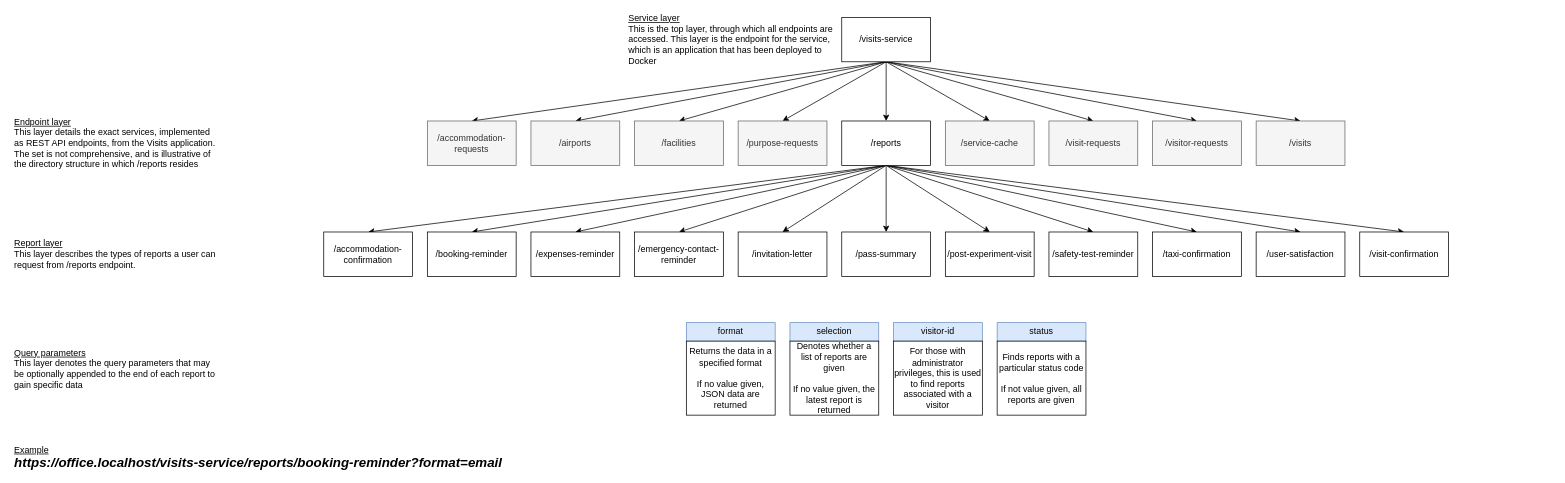
Before: Service URL hierarchy.drawio in ambolt314/FinalProjectDesign, a draw.io diagram. Source tidied: cells renumbered, new cells numbered last; positions are measured from the earlier drawing's top-left corner, leaving out a move shared by most shapes. Both pictures are drawn from the tidied source at 74%, with x=0, y=0 at pixel (13, 17).
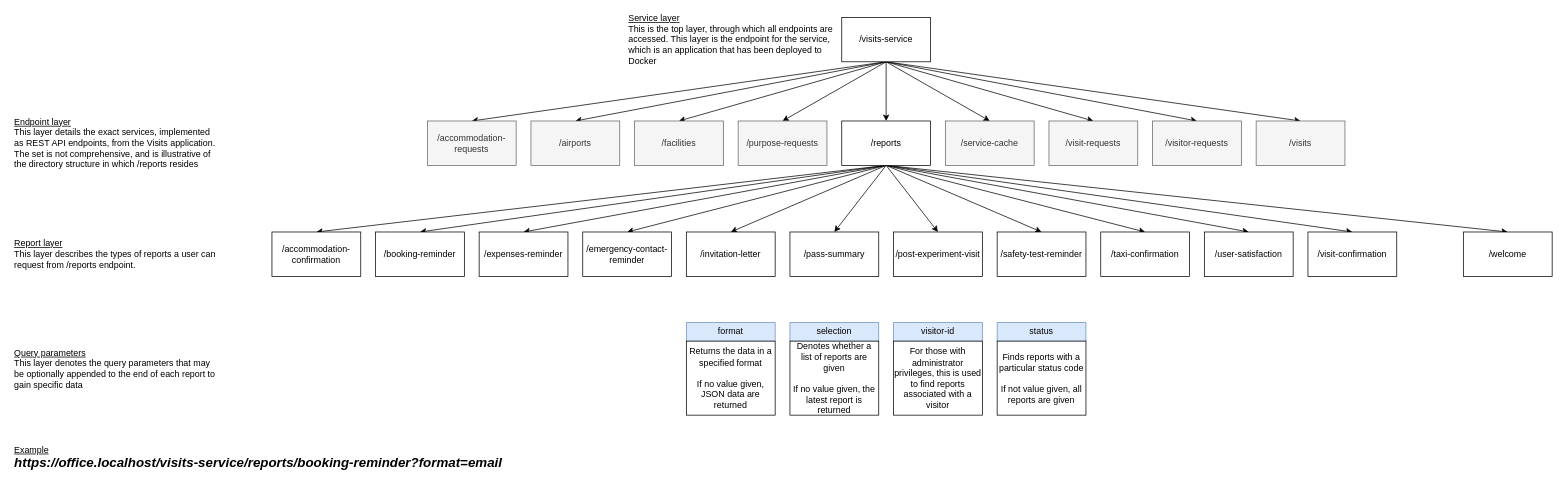
The same diagram, later.

Commit message:
Added welcome report

Unchanged cells that the change refers to:
```xml
<mxCell id="24" value="/reports" style="rounded=0;whiteSpace=wrap;html=1;" parent="1" vertex="1">
  <mxGeometry x="1120" y="140" width="120" height="60" as="geometry" />
</mxCell>
```

The edit, as a diff of the source:
```diff
@@
+    <mxCell id="60" style="edgeStyle=none;rounded=0;jettySize=auto;html=1;entryX=0.5;entryY=0;entryDx=0;entryDy=0;exitX=0.5;exitY=1;exitDx=0;exitDy=0;" parent="1" edge="1" source="24" target="61">
+      <mxGeometry relative="1" as="geometry" />
+    </mxCell>
@@
     <mxCell id="25" value="/visit-confirmation" style="rounded=0;whiteSpace=wrap;html=1;" parent="1" vertex="1">
-      <mxGeometry x="1820" y="290" width="120" height="60" as="geometry" />
+      <mxGeometry x="1750" y="290" width="120" height="60" as="geometry" />
     </mxCell>
@@
     <mxCell id="33" value="/taxi-confirmation" style="rounded=0;whiteSpace=wrap;html=1;" parent="1" vertex="1">
-      <mxGeometry x="1540" y="290" width="120" height="60" as="geometry" />
+      <mxGeometry x="1470" y="290" width="120" height="60" as="geometry" />
     </mxCell>
     <mxCell id="34" value="/booking-reminder" style="rounded=0;whiteSpace=wrap;html=1;" parent="1" vertex="1">
-      <mxGeometry x="560" y="290" width="120" height="60" as="geometry" />
+      <mxGeometry x="490" y="290" width="120" height="60" as="geometry" />
     </mxCell>
@@
     <mxCell id="37" value="/accommodation-confirmation" style="rounded=0;whiteSpace=wrap;html=1;" parent="1" vertex="1">
-      <mxGeometry x="420" y="290" width="120" height="60" as="geometry" />
+      <mxGeometry x="350" y="290" width="120" height="60" as="geometry" />
     </mxCell>
@@
     <mxCell id="53" value="/expenses-reminder" style="rounded=0;whiteSpace=wrap;html=1;" parent="1" vertex="1">
-      <mxGeometry x="700" y="290" width="120" height="60" as="geometry" />
+      <mxGeometry x="630" y="290" width="120" height="60" as="geometry" />
     </mxCell>
     <mxCell id="54" value="/invitation-letter" style="rounded=0;whiteSpace=wrap;html=1;" parent="1" vertex="1">
-      <mxGeometry x="980" y="290" width="120" height="60" as="geometry" />
+      <mxGeometry x="910" y="290" width="120" height="60" as="geometry" />
     </mxCell>
     <mxCell id="55" value="/pass-summary" style="rounded=0;whiteSpace=wrap;html=1;" parent="1" vertex="1">
-      <mxGeometry x="1120" y="290" width="120" height="60" as="geometry" />
+      <mxGeometry x="1050" y="290" width="120" height="60" as="geometry" />
     </mxCell>
     <mxCell id="56" value="/post-experiment-visit" style="rounded=0;whiteSpace=wrap;html=1;" parent="1" vertex="1">
-      <mxGeometry x="1260" y="290" width="120" height="60" as="geometry" />
+      <mxGeometry x="1190" y="290" width="120" height="60" as="geometry" />
     </mxCell>
     <mxCell id="57" value="/safety-test-reminder" style="rounded=0;whiteSpace=wrap;html=1;" parent="1" vertex="1">
-      <mxGeometry x="1400" y="290" width="120" height="60" as="geometry" />
+      <mxGeometry x="1330" y="290" width="120" height="60" as="geometry" />
     </mxCell>
     <mxCell id="58" value="/emergency-contact-reminder" style="rounded=0;whiteSpace=wrap;html=1;" parent="1" vertex="1">
-      <mxGeometry x="840" y="290" width="120" height="60" as="geometry" />
+      <mxGeometry x="770" y="290" width="120" height="60" as="geometry" />
     </mxCell>
     <mxCell id="59" value="/user-satisfaction" style="rounded=0;whiteSpace=wrap;html=1;" parent="1" vertex="1">
-      <mxGeometry x="1680" y="290" width="120" height="60" as="geometry" />
+      <mxGeometry x="1610" y="290" width="120" height="60" as="geometry" />
     </mxCell>
+    <mxCell id="61" value="/welcome" style="rounded=0;whiteSpace=wrap;html=1;" parent="1" vertex="1">
+      <mxGeometry x="1960" y="290" width="120" height="60" as="geometry" />
+    </mxCell>
```
